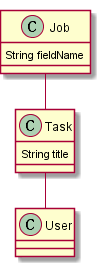
lsfoo/share-task keeps this PlantUML diagram as models/v2.png. Above is the earlier version.
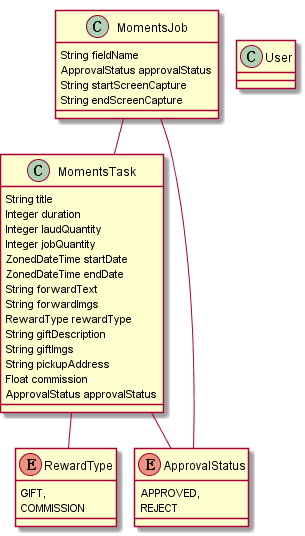
The same diagram one commit later.

The edit, as a diff of the source:
```diff
@@ -1,14 +1,40 @@
 @startuml
 	!pragma graphviz_dot jdot
 	!pragma syntax class
-	class Task  {
+	class MomentsTask  {
 		String title
+		Integer duration
+		Integer laudQuantity
+		Integer jobQuantity
+		ZonedDateTime startDate
+		ZonedDateTime endDate
+		String forwardText
+		String forwardImgs
+		RewardType rewardType
+		String giftDescription
+		String giftImgs
+		String pickupAddress
+		Float commission
+		ApprovalStatus approvalStatus
 	}
-	class Job  {
+	MomentsTask ..> RewardType
+	MomentsTask ..> ApprovalStatus
+	enum RewardType {
+		GIFT,
+		COMMISSION
+	}
+	enum ApprovalStatus {
+		APPROVED,
+		REJECT
+	}
+	class MomentsJob  {
 		String fieldName
+		ApprovalStatus approvalStatus
+		String startScreenCapture
+		String endScreenCapture
 	}
-	Job  "task(title) 0..* " o-- "0..1 "  Task
-	Task  "user(login) 0..* " o-- "0..1 "  User
+	MomentsJob ..> ApprovalStatus
+	MomentsJob  "task(title) 0..* " o-- "0..1 "  MomentsTask
 	class User  {
 	}
 @enduml
```
